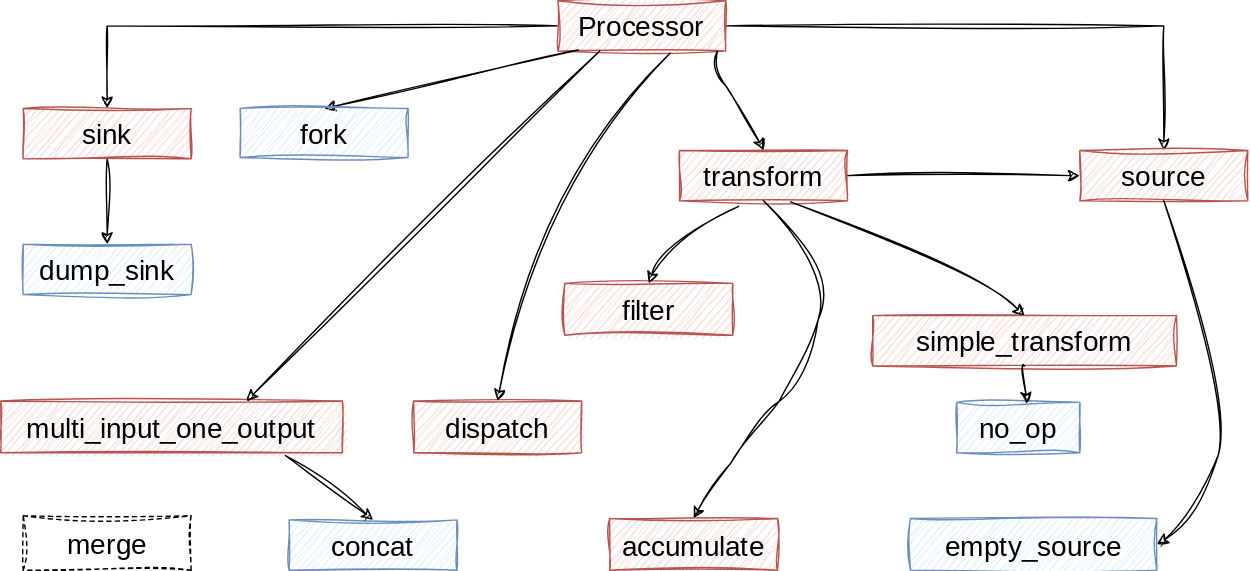
This is nodes.drawio.svg from chloro-pn/draw_io_repo, a draw.io export, as it was before one commit. Source tidied: cells renumbered, new cells last; positions are measured from the earlier drawing's top-left corner, leaving out a move shared by most shapes.
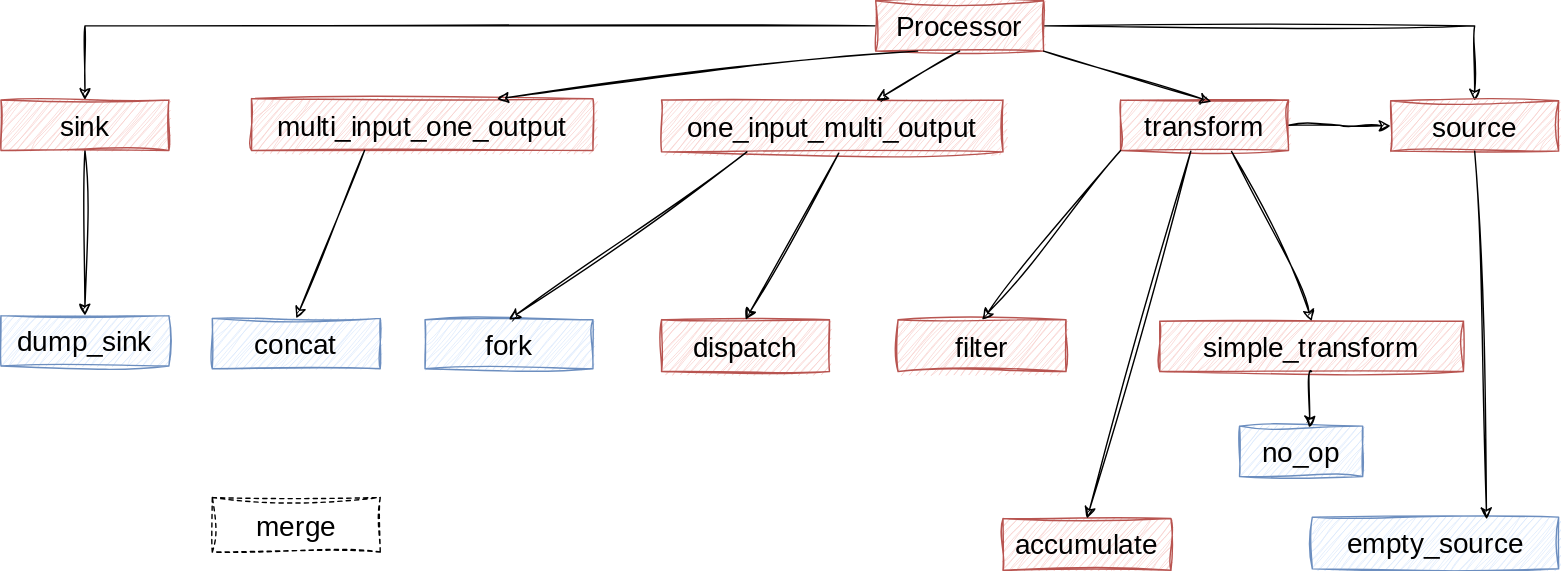
After the commit.

Diff of the diagram source:
```diff
@@ -15,70 +15,43 @@
       <mxGeometry relative="1" as="geometry" />
     </mxCell>
     <mxCell id="6" value="transform" style="rounded=0;whiteSpace=wrap;html=1;sketch=1;hachureGap=4;jiggle=2;curveFitting=1;fontFamily=Architects Daughter;fontSource=https%3A%2F%2Ffonts.googleapis.com%2Fcss%3Ffamily%3DArchitects%2BDaughter;fontSize=20;fillColor=#f8cecc;strokeColor=#b85450;" parent="1" vertex="1">
-      <mxGeometry x="485" y="107" width="120" height="36" as="geometry" />
+      <mxGeometry x="573" y="71" width="120" height="36" as="geometry" />
     </mxCell>
     <mxCell id="7" style="edgeStyle=orthogonalEdgeStyle;rounded=0;sketch=1;hachureGap=4;jiggle=2;curveFitting=1;jettySize=auto;html=1;fontFamily=Architects Daughter;fontSource=https%3A%2F%2Ffonts.googleapis.com%2Fcss%3Ffamily%3DArchitects%2BDaughter;fontSize=16;" parent="1" edge="1" source="8" target="11">
       <mxGeometry relative="1" as="geometry" />
     </mxCell>
     <mxCell id="8" value="sink" style="rounded=0;whiteSpace=wrap;html=1;sketch=1;hachureGap=4;jiggle=2;curveFitting=1;fontFamily=Architects Daughter;fontSource=https%3A%2F%2Ffonts.googleapis.com%2Fcss%3Ffamily%3DArchitects%2BDaughter;fontSize=20;fillColor=#f8cecc;strokeColor=#b85450;" parent="1" vertex="1">
-      <mxGeometry x="16" y="77" width="120" height="36" as="geometry" />
+      <mxGeometry x="-227" y="71" width="120" height="36" as="geometry" />
     </mxCell>
     <mxCell id="9" value="source" style="rounded=0;whiteSpace=wrap;html=1;sketch=1;hachureGap=4;jiggle=2;curveFitting=1;fontFamily=Architects Daughter;fontSource=https%3A%2F%2Ffonts.googleapis.com%2Fcss%3Ffamily%3DArchitects%2BDaughter;fontSize=20;fillColor=#f8cecc;strokeColor=#b85450;" parent="1" vertex="1">
-      <mxGeometry x="771" y="107" width="120" height="36" as="geometry" />
+      <mxGeometry x="766" y="71.5" width="120" height="36" as="geometry" />
     </mxCell>
     <mxCell id="10" value="simple_transform" style="rounded=0;whiteSpace=wrap;html=1;sketch=1;hachureGap=4;jiggle=2;curveFitting=1;fontFamily=Architects Daughter;fontSource=https%3A%2F%2Ffonts.googleapis.com%2Fcss%3Ffamily%3DArchitects%2BDaughter;fontSize=20;fillColor=#f8cecc;strokeColor=#b85450;" parent="1" vertex="1">
-      <mxGeometry x="623" y="225" width="217" height="36" as="geometry" />
+      <mxGeometry x="601" y="229" width="217" height="36" as="geometry" />
     </mxCell>
     <mxCell id="11" value="dump_sink" style="rounded=0;whiteSpace=wrap;html=1;sketch=1;hachureGap=4;jiggle=2;curveFitting=1;fontFamily=Architects Daughter;fontSource=https%3A%2F%2Ffonts.googleapis.com%2Fcss%3Ffamily%3DArchitects%2BDaughter;fontSize=20;fillColor=#dae8fc;strokeColor=#6c8ebf;" parent="1" vertex="1">
-      <mxGeometry x="16" y="174" width="120" height="36" as="geometry" />
+      <mxGeometry x="-227" y="225" width="120" height="36" as="geometry" />
     </mxCell>
     <mxCell id="12" value="no_op" style="rounded=0;whiteSpace=wrap;html=1;sketch=1;hachureGap=4;jiggle=2;curveFitting=1;fontFamily=Architects Daughter;fontSource=https%3A%2F%2Ffonts.googleapis.com%2Fcss%3Ffamily%3DArchitects%2BDaughter;fontSize=20;fillColor=#dae8fc;strokeColor=#6c8ebf;" parent="1" vertex="1">
-      <mxGeometry x="683" y="287" width="88" height="36" as="geometry" />
+      <mxGeometry x="658" y="304" width="88" height="36" as="geometry" />
     </mxCell>
-    <mxCell id="13" style="endArrow=classic;html=1;rounded=0;sketch=1;hachureGap=4;jiggle=2;curveFitting=1;fontFamily=Architects Daughter;fontSource=https%3A%2F%2Ffonts.googleapis.com%2Fcss%3Ffamily%3DArchitects%2BDaughter;fontSize=16;exitX=0.122;exitY=0.979;exitDx=0;exitDy=0;exitPerimeter=0;entryX=0.5;entryY=0;entryDx=0;entryDy=0;" parent="1" edge="1" source="4" target="14">
-      <mxGeometry relative="1" as="geometry" />
-    </mxCell>
     <mxCell id="14" value="fork" style="rounded=0;whiteSpace=wrap;html=1;sketch=1;hachureGap=4;jiggle=2;curveFitting=1;fontFamily=Architects Daughter;fontSource=https%3A%2F%2Ffonts.googleapis.com%2Fcss%3Ffamily%3DArchitects%2BDaughter;fontSize=20;fillColor=#dae8fc;strokeColor=#6c8ebf;" parent="1" vertex="1">
-      <mxGeometry x="171" y="77" width="120" height="35" as="geometry" />
+      <mxGeometry x="76" y="228" width="120" height="35" as="geometry" />
     </mxCell>
-    <mxCell id="15" style="curved=1;endArrow=classic;html=1;rounded=0;sketch=1;hachureGap=4;jiggle=2;curveFitting=1;fontFamily=Architects Daughter;fontSource=https%3A%2F%2Ffonts.googleapis.com%2Fcss%3Ffamily%3DArchitects%2BDaughter;fontSize=16;entryX=0.5;entryY=0;entryDx=0;entryDy=0;" parent="1" edge="1" target="6">
-      <mxGeometry relative="1" as="geometry">
-        <mxPoint x="512" y="36" as="sourcePoint" />
-        <Array as="points">
-          <mxPoint x="508" y="49" />
-          <mxPoint x="529" y="74" />
-        </Array>
-      </mxGeometry>
-    </mxCell>
     <mxCell id="16" value="concat" style="rounded=0;whiteSpace=wrap;html=1;sketch=1;hachureGap=4;jiggle=2;curveFitting=1;fontFamily=Architects Daughter;fontSource=https%3A%2F%2Ffonts.googleapis.com%2Fcss%3Ffamily%3DArchitects%2BDaughter;fontSize=20;fillColor=#dae8fc;strokeColor=#6c8ebf;" parent="1" vertex="1">
-      <mxGeometry x="206" y="371" width="120" height="36" as="geometry" />
+      <mxGeometry x="-76" y="227" width="120" height="36" as="geometry" />
     </mxCell>
     <mxCell id="17" value="dispatch" style="rounded=0;whiteSpace=wrap;html=1;sketch=1;hachureGap=4;jiggle=2;curveFitting=1;fontFamily=Architects Daughter;fontSource=https%3A%2F%2Ffonts.googleapis.com%2Fcss%3Ffamily%3DArchitects%2BDaughter;fontSize=20;fillColor=#f8cecc;strokeColor=#b85450;" parent="1" vertex="1">
-      <mxGeometry x="295" y="286" width="120" height="37" as="geometry" />
+      <mxGeometry x="245" y="228" width="120" height="37" as="geometry" />
     </mxCell>
-    <mxCell id="18" style="curved=1;endArrow=classic;html=1;rounded=0;sketch=1;hachureGap=4;jiggle=2;curveFitting=1;fontFamily=Architects Daughter;fontSource=https%3A%2F%2Ffonts.googleapis.com%2Fcss%3Ffamily%3DArchitects%2BDaughter;fontSize=16;exitX=0.668;exitY=1.042;exitDx=0;exitDy=0;exitPerimeter=0;entryX=0.5;entryY=0;entryDx=0;entryDy=0;" parent="1" edge="1" source="4" target="17">
-      <mxGeometry relative="1" as="geometry">
-        <Array as="points">
-          <mxPoint x="383" y="130" />
-        </Array>
-      </mxGeometry>
-    </mxCell>
     <mxCell id="19" value="filter" style="rounded=0;whiteSpace=wrap;html=1;sketch=1;hachureGap=4;jiggle=2;curveFitting=1;fontFamily=Architects Daughter;fontSource=https%3A%2F%2Ffonts.googleapis.com%2Fcss%3Ffamily%3DArchitects%2BDaughter;fontSize=20;fillColor=#f8cecc;strokeColor=#b85450;" parent="1" vertex="1">
-      <mxGeometry x="403" y="202" width="120" height="37" as="geometry" />
+      <mxGeometry x="414" y="228" width="120" height="37" as="geometry" />
     </mxCell>
     <mxCell id="20" value="merge" style="rounded=0;whiteSpace=wrap;html=1;sketch=1;hachureGap=4;jiggle=2;curveFitting=1;fontFamily=Architects Daughter;fontSource=https%3A%2F%2Ffonts.googleapis.com%2Fcss%3Ffamily%3DArchitects%2BDaughter;fontSize=20;dashed=1;" parent="1" vertex="1">
-      <mxGeometry x="16" y="368" width="120" height="39" as="geometry" />
+      <mxGeometry x="-76" y="355" width="120" height="39" as="geometry" />
     </mxCell>
-    <mxCell id="21" style="curved=1;endArrow=classic;html=1;rounded=0;sketch=1;hachureGap=4;jiggle=2;curveFitting=1;fontFamily=Architects Daughter;fontSource=https%3A%2F%2Ffonts.googleapis.com%2Fcss%3Ffamily%3DArchitects%2BDaughter;fontSize=16;exitX=0.5;exitY=1;exitDx=0;exitDy=0;entryX=1;entryY=0.5;entryDx=0;entryDy=0;" parent="1" edge="1" source="9" target="22">
-      <mxGeometry relative="1" as="geometry">
-        <Array as="points">
-          <mxPoint x="882" y="280" />
-          <mxPoint x="858" y="369" />
-        </Array>
-      </mxGeometry>
-    </mxCell>
     <mxCell id="22" value="empty_source" style="rounded=0;whiteSpace=wrap;html=1;sketch=1;hachureGap=4;jiggle=2;curveFitting=1;fontFamily=Architects Daughter;fontSource=https%3A%2F%2Ffonts.googleapis.com%2Fcss%3Ffamily%3DArchitects%2BDaughter;fontSize=20;fillColor=#dae8fc;strokeColor=#6c8ebf;" parent="1" vertex="1">
-      <mxGeometry x="650" y="370" width="176" height="37" as="geometry" />
+      <mxGeometry x="710" y="369" width="176" height="37" as="geometry" />
     </mxCell>
     <mxCell id="23" style="curved=1;endArrow=classic;html=1;rounded=0;sketch=1;hachureGap=4;jiggle=2;curveFitting=1;fontFamily=Architects Daughter;fontSource=https%3A%2F%2Ffonts.googleapis.com%2Fcss%3Ffamily%3DArchitects%2BDaughter;fontSize=16;exitX=0.5;exitY=1;exitDx=0;exitDy=0;entryX=0.567;entryY=0.028;entryDx=0;entryDy=0;entryPerimeter=0;" parent="1" edge="1" source="10" target="12">
       <mxGeometry relative="1" as="geometry" />
@@ -90,38 +63,41 @@
         </Array>
       </mxGeometry>
     </mxCell>
-    <mxCell id="25" style="curved=1;endArrow=classic;html=1;rounded=0;sketch=1;hachureGap=4;jiggle=2;curveFitting=1;fontFamily=Architects Daughter;fontSource=https%3A%2F%2Ffonts.googleapis.com%2Fcss%3Ffamily%3DArchitects%2BDaughter;fontSize=16;exitX=0.5;exitY=1;exitDx=0;exitDy=0;entryX=0.5;entryY=0;entryDx=0;entryDy=0;" parent="1" edge="1" source="6" target="27">
-      <mxGeometry relative="1" as="geometry">
-        <Array as="points">
-          <mxPoint x="596" y="189" />
-          <mxPoint x="572" y="267" />
-          <mxPoint x="540" y="306" />
-          <mxPoint x="503" y="355" />
-        </Array>
-      </mxGeometry>
-    </mxCell>
-    <mxCell id="26" style="curved=1;endArrow=classic;html=1;rounded=0;sketch=1;hachureGap=4;jiggle=2;curveFitting=1;fontFamily=Architects Daughter;fontSource=https%3A%2F%2Ffonts.googleapis.com%2Fcss%3Ffamily%3DArchitects%2BDaughter;fontSize=16;exitX=0.352;exitY=1.108;exitDx=0;exitDy=0;exitPerimeter=0;entryX=0.5;entryY=0;entryDx=0;entryDy=0;" parent="1" edge="1" source="6" target="19">
-      <mxGeometry relative="1" as="geometry">
-        <Array as="points">
-          <mxPoint x="473" y="174" />
-        </Array>
-      </mxGeometry>
-    </mxCell>
     <mxCell id="27" value="accumulate" style="rounded=0;whiteSpace=wrap;html=1;sketch=1;hachureGap=4;jiggle=2;curveFitting=1;fontFamily=Architects Daughter;fontSource=https%3A%2F%2Ffonts.googleapis.com%2Fcss%3Ffamily%3DArchitects%2BDaughter;fontSize=20;fillColor=#f8cecc;strokeColor=#b85450;" parent="1" vertex="1">
-      <mxGeometry x="435" y="370" width="120" height="37" as="geometry" />
+      <mxGeometry x="489" y="370" width="120" height="37" as="geometry" />
     </mxCell>
     <mxCell id="28" value="multi_input_one_output" style="rounded=0;whiteSpace=wrap;html=1;sketch=1;hachureGap=4;jiggle=2;curveFitting=1;fontFamily=Architects Daughter;fontSource=https%3A%2F%2Ffonts.googleapis.com%2Fcss%3Ffamily%3DArchitects%2BDaughter;fontSize=20;fillColor=#f8cecc;strokeColor=#b85450;" parent="1" vertex="1">
-      <mxGeometry y="286" width="244" height="37" as="geometry" />
+      <mxGeometry x="-48" y="70" width="244" height="37" as="geometry" />
     </mxCell>
     <mxCell id="29" style="endArrow=classic;html=1;rounded=0;sketch=1;hachureGap=4;jiggle=2;curveFitting=1;fontFamily=Architects Daughter;fontSource=https%3A%2F%2Ffonts.googleapis.com%2Fcss%3Ffamily%3DArchitects%2BDaughter;fontSize=16;exitX=0.25;exitY=1;exitDx=0;exitDy=0;entryX=0.719;entryY=0.003;entryDx=0;entryDy=0;entryPerimeter=0;" parent="1" edge="1" source="4" target="28">
       <mxGeometry relative="1" as="geometry" />
     </mxCell>
-    <mxCell id="30" style="curved=1;endArrow=classic;html=1;rounded=0;sketch=1;hachureGap=4;jiggle=2;curveFitting=1;fontFamily=Architects Daughter;fontSource=https%3A%2F%2Ffonts.googleapis.com%2Fcss%3Ffamily%3DArchitects%2BDaughter;fontSize=16;exitX=0.833;exitY=1.054;exitDx=0;exitDy=0;exitPerimeter=0;entryX=0.5;entryY=0;entryDx=0;entryDy=0;" parent="1" edge="1" source="28" target="16">
-      <mxGeometry relative="1" as="geometry">
-        <Array as="points">
-          <mxPoint x="234" y="345" />
-        </Array>
-      </mxGeometry>
+    <mxCell id="30" style="endArrow=classic;html=1;rounded=0;sketch=1;hachureGap=4;jiggle=2;curveFitting=1;fontFamily=Architects Daughter;fontSource=https%3A%2F%2Ffonts.googleapis.com%2Fcss%3Ffamily%3DArchitects%2BDaughter;fontSize=16;exitX=0.331;exitY=1;exitDx=0;exitDy=0;exitPerimeter=0;entryX=0.5;entryY=0;entryDx=0;entryDy=0;" parent="1" edge="1" source="28" target="16">
+      <mxGeometry relative="1" as="geometry" />
     </mxCell>
+    <mxCell id="31" value="one_input_multi_output" style="rounded=0;whiteSpace=wrap;html=1;sketch=1;hachureGap=4;jiggle=2;curveFitting=1;fontFamily=Architects Daughter;fontSource=https%3A%2F%2Ffonts.googleapis.com%2Fcss%3Ffamily%3DArchitects%2BDaughter;fontSize=20;fillColor=#f8cecc;strokeColor=#b85450;" parent="1" vertex="1">
+      <mxGeometry x="245" y="71" width="244" height="37" as="geometry" />
+    </mxCell>
+    <mxCell id="32" style="endArrow=classic;html=1;rounded=0;sketch=1;hachureGap=4;jiggle=2;curveFitting=1;fontFamily=Architects Daughter;fontSource=https%3A%2F%2Ffonts.googleapis.com%2Fcss%3Ffamily%3DArchitects%2BDaughter;fontSize=16;exitX=0.519;exitY=1.025;exitDx=0;exitDy=0;exitPerimeter=0;entryX=0.5;entryY=0;entryDx=0;entryDy=0;" parent="1" edge="1" source="31" target="17">
+      <mxGeometry relative="1" as="geometry" />
+    </mxCell>
+    <mxCell id="33" style="endArrow=classic;html=1;rounded=0;sketch=1;hachureGap=4;jiggle=2;curveFitting=1;fontFamily=Architects Daughter;fontSource=https%3A%2F%2Ffonts.googleapis.com%2Fcss%3Ffamily%3DArchitects%2BDaughter;fontSize=16;exitX=0.25;exitY=1;exitDx=0;exitDy=0;entryX=0.5;entryY=0;entryDx=0;entryDy=0;" parent="1" edge="1" source="31" target="14">
+      <mxGeometry relative="1" as="geometry" />
+    </mxCell>
+    <mxCell id="34" style="endArrow=classic;html=1;rounded=0;sketch=1;hachureGap=4;jiggle=2;curveFitting=1;fontFamily=Architects Daughter;fontSource=https%3A%2F%2Ffonts.googleapis.com%2Fcss%3Ffamily%3DArchitects%2BDaughter;fontSize=16;exitX=1;exitY=1;exitDx=0;exitDy=0;entryX=0.541;entryY=0.032;entryDx=0;entryDy=0;entryPerimeter=0;" parent="1" edge="1" source="4" target="6">
+      <mxGeometry relative="1" as="geometry" />
+    </mxCell>
+    <mxCell id="26" style="endArrow=classic;html=1;rounded=0;sketch=1;hachureGap=4;jiggle=2;curveFitting=1;fontFamily=Architects Daughter;fontSource=https%3A%2F%2Ffonts.googleapis.com%2Fcss%3Ffamily%3DArchitects%2BDaughter;fontSize=16;exitX=0;exitY=1;exitDx=0;exitDy=0;entryX=0.5;entryY=0;entryDx=0;entryDy=0;" parent="1" edge="1" source="6" target="19">
+      <mxGeometry relative="1" as="geometry" />
+    </mxCell>
+    <mxCell id="35" style="endArrow=classic;html=1;rounded=0;sketch=1;hachureGap=4;jiggle=2;curveFitting=1;fontFamily=Architects Daughter;fontSource=https%3A%2F%2Ffonts.googleapis.com%2Fcss%3Ffamily%3DArchitects%2BDaughter;fontSize=16;exitX=0.5;exitY=1;exitDx=0;exitDy=0;" parent="1" edge="1" source="4" target="31">
+      <mxGeometry relative="1" as="geometry" />
+    </mxCell>
+    <mxCell id="25" style="endArrow=classic;html=1;rounded=0;sketch=1;hachureGap=4;jiggle=2;curveFitting=1;fontFamily=Architects Daughter;fontSource=https%3A%2F%2Ffonts.googleapis.com%2Fcss%3Ffamily%3DArchitects%2BDaughter;fontSize=16;exitX=0.418;exitY=1.015;exitDx=0;exitDy=0;exitPerimeter=0;entryX=0.5;entryY=0;entryDx=0;entryDy=0;" parent="1" edge="1" source="6" target="27">
+      <mxGeometry relative="1" as="geometry" />
+    </mxCell>
+    <mxCell id="21" style="endArrow=classic;html=1;rounded=0;sketch=1;hachureGap=4;jiggle=2;curveFitting=1;fontFamily=Architects Daughter;fontSource=https%3A%2F%2Ffonts.googleapis.com%2Fcss%3Ffamily%3DArchitects%2BDaughter;fontSize=16;exitX=0.5;exitY=1;exitDx=0;exitDy=0;entryX=0.708;entryY=0.042;entryDx=0;entryDy=0;entryPerimeter=0;" parent="1" edge="1" source="9" target="22">
+      <mxGeometry relative="1" as="geometry" />
+    </mxCell>
   </root>
 </mxGraphModel>
```
